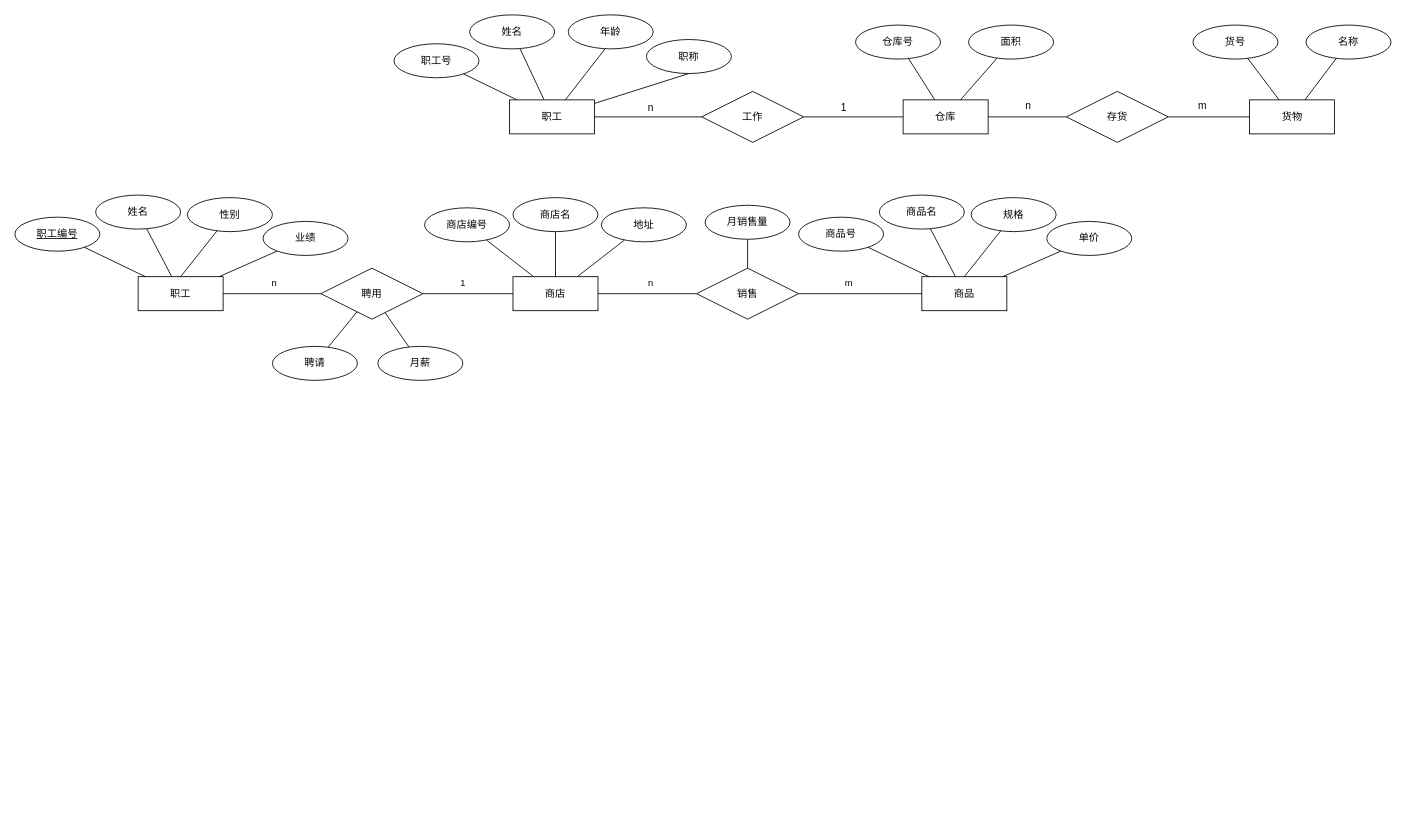
Above: 数据原理.drawio in Wishlove09/drawio (draw.io), before the change. Source tidied: cells renumbered, new cells numbered last; positions are measured from the earlier drawing's top-left corner, leaving out a move shared by most shapes. Both pictures are drawn from the tidied source at 85%, with x=0, y=0 at pixel (14, 14).
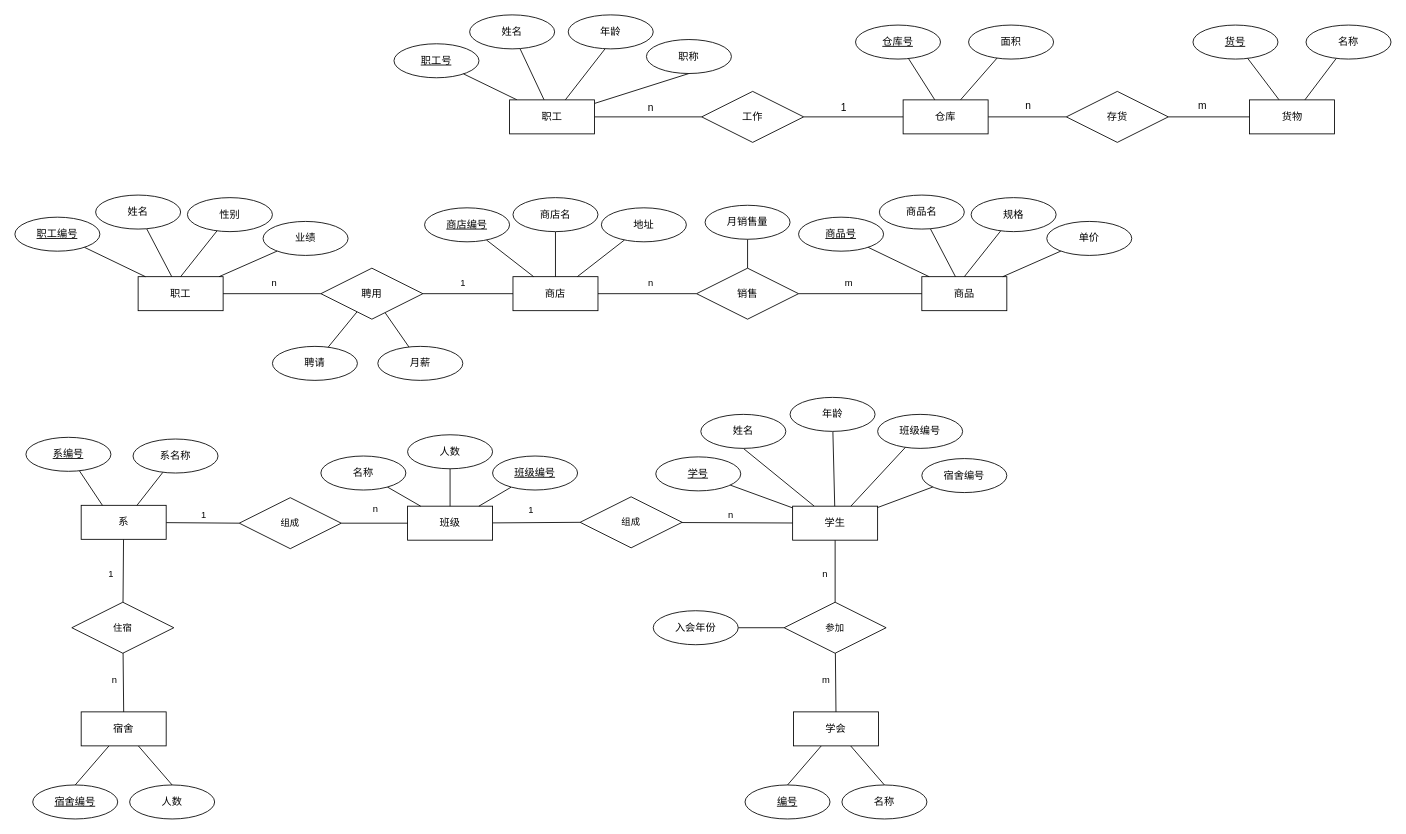
The same page after the edit.

Commit message (it also covers changes not shown here):
更新数据原理.drawio

Change to the diagram source:
```diff
@@
-    <mxCell id="2" value="仓库号" style="ellipse;whiteSpace=wrap;html=1;align=center;" parent="1" vertex="1">
+    <mxCell id="2" value="仓库号" style="ellipse;whiteSpace=wrap;html=1;align=center;fontStyle=4;" parent="1" vertex="1">
       <mxGeometry x="989" y="12" width="100" height="40" as="geometry" />
     </mxCell>
@@
-    <mxCell id="8" value="货号" style="ellipse;whiteSpace=wrap;html=1;align=center;" parent="1" vertex="1">
+    <mxCell id="8" value="货号" style="ellipse;whiteSpace=wrap;html=1;align=center;fontStyle=4;" parent="1" vertex="1">
       <mxGeometry x="1386" y="12" width="100" height="40" as="geometry" />
     </mxCell>
@@
-    <mxCell id="17" value="职工号" style="ellipse;whiteSpace=wrap;html=1;align=center;" parent="1" vertex="1">
+    <mxCell id="17" value="职工号" style="ellipse;whiteSpace=wrap;html=1;align=center;fontStyle=4;" parent="1" vertex="1">
       <mxGeometry x="446" y="34" width="100" height="40" as="geometry" />
     </mxCell>
@@
-    <mxCell id="35" value="商店编号" style="ellipse;whiteSpace=wrap;html=1;align=center;" parent="1" vertex="1">
+    <mxCell id="35" value="商店编号" style="ellipse;whiteSpace=wrap;html=1;align=center;fontStyle=4;" parent="1" vertex="1">
       <mxGeometry x="482" y="227" width="100" height="40" as="geometry" />
     </mxCell>
@@
-    <mxCell id="42" value="商品号" style="ellipse;whiteSpace=wrap;html=1;align=center;" parent="1" vertex="1">
+    <mxCell id="42" value="商品号" style="ellipse;whiteSpace=wrap;html=1;align=center;fontStyle=4;" parent="1" vertex="1">
       <mxGeometry x="922" y="238" width="100" height="40" as="geometry" />
     </mxCell>
@@
+    <mxCell id="72" style="edgeStyle=none;shape=connector;rounded=0;jettySize=auto;html=1;entryX=0;entryY=0.5;entryDx=0;entryDy=0;labelBackgroundColor=default;strokeColor=default;fontFamily=Helvetica;fontSize=11;fontColor=default;endArrow=none;endFill=0;" parent="1" edge="1" source="74" target="88">
+      <mxGeometry relative="1" as="geometry" />
+    </mxCell>
+    <mxCell id="73" style="edgeStyle=none;shape=connector;rounded=0;jettySize=auto;html=1;labelBackgroundColor=default;strokeColor=default;fontFamily=Helvetica;fontSize=11;fontColor=default;endArrow=none;endFill=0;" parent="1" edge="1" source="74" target="124">
+      <mxGeometry relative="1" as="geometry" />
+    </mxCell>
+    <mxCell id="74" value="系" style="whiteSpace=wrap;html=1;align=center;" parent="1" vertex="1">
+      <mxGeometry x="78" y="577" width="100" height="40" as="geometry" />
+    </mxCell>
+    <mxCell id="75" style="edgeStyle=none;shape=connector;rounded=0;jettySize=auto;html=1;entryX=0.5;entryY=1;entryDx=0;entryDy=0;labelBackgroundColor=default;strokeColor=default;fontFamily=Helvetica;fontSize=11;fontColor=default;endArrow=none;endFill=0;" parent="1" edge="1" source="77" target="105">
+      <mxGeometry relative="1" as="geometry" />
+    </mxCell>
+    <mxCell id="76" style="edgeStyle=none;shape=connector;rounded=0;jettySize=auto;html=1;labelBackgroundColor=default;strokeColor=default;fontFamily=Helvetica;fontSize=11;fontColor=default;endArrow=none;endFill=0;" parent="1" edge="1" source="77" target="115">
+      <mxGeometry relative="1" as="geometry" />
+    </mxCell>
+    <mxCell id="77" value="学生" style="whiteSpace=wrap;html=1;align=center;" parent="1" vertex="1">
+      <mxGeometry x="915" y="578" width="100" height="40" as="geometry" />
+    </mxCell>
+    <mxCell id="78" style="edgeStyle=none;shape=connector;rounded=0;jettySize=auto;html=1;labelBackgroundColor=default;strokeColor=default;fontFamily=Helvetica;fontSize=11;fontColor=default;endArrow=none;endFill=0;entryX=0;entryY=0.5;entryDx=0;entryDy=0;" parent="1" edge="1" source="79" target="91">
+      <mxGeometry relative="1" as="geometry" />
+    </mxCell>
+    <mxCell id="79" value="班级" style="whiteSpace=wrap;html=1;align=center;" parent="1" vertex="1">
+      <mxGeometry x="462" y="578" width="100" height="40" as="geometry" />
+    </mxCell>
+    <mxCell id="80" style="edgeStyle=none;shape=connector;rounded=0;jettySize=auto;html=1;entryX=0.5;entryY=0;entryDx=0;entryDy=0;labelBackgroundColor=default;strokeColor=default;fontFamily=Helvetica;fontSize=11;fontColor=default;endArrow=none;endFill=0;" parent="1" edge="1" source="82" target="113">
+      <mxGeometry relative="1" as="geometry" />
+    </mxCell>
+    <mxCell id="81" style="edgeStyle=none;shape=connector;rounded=0;jettySize=auto;html=1;entryX=0.5;entryY=0;entryDx=0;entryDy=0;labelBackgroundColor=default;strokeColor=default;fontFamily=Helvetica;fontSize=11;fontColor=default;endArrow=none;endFill=0;" parent="1" edge="1" source="82" target="112">
+      <mxGeometry relative="1" as="geometry" />
+    </mxCell>
+    <mxCell id="82" value="学会" style="whiteSpace=wrap;html=1;align=center;" parent="1" vertex="1">
+      <mxGeometry x="916" y="820" width="100" height="40" as="geometry" />
+    </mxCell>
+    <mxCell id="83" style="edgeStyle=none;shape=connector;rounded=0;jettySize=auto;html=1;entryX=0.25;entryY=0;entryDx=0;entryDy=0;labelBackgroundColor=default;strokeColor=default;fontFamily=Helvetica;fontSize=11;fontColor=default;endArrow=none;endFill=0;" parent="1" edge="1" source="84" target="74">
+      <mxGeometry relative="1" as="geometry" />
+    </mxCell>
+    <mxCell id="84" value="系编号" style="ellipse;whiteSpace=wrap;html=1;align=center;fontStyle=4;" parent="1" vertex="1">
+      <mxGeometry x="13" y="497" width="100" height="40" as="geometry" />
+    </mxCell>
+    <mxCell id="85" style="edgeStyle=none;shape=connector;rounded=0;jettySize=auto;html=1;labelBackgroundColor=default;strokeColor=default;fontFamily=Helvetica;fontSize=11;fontColor=default;endArrow=none;endFill=0;" parent="1" edge="1" source="86" target="74">
+      <mxGeometry relative="1" as="geometry" />
+    </mxCell>
+    <mxCell id="86" value="系名称" style="ellipse;whiteSpace=wrap;html=1;align=center;" parent="1" vertex="1">
+      <mxGeometry x="139" y="499" width="100" height="40" as="geometry" />
+    </mxCell>
+    <mxCell id="87" style="edgeStyle=none;shape=connector;rounded=0;jettySize=auto;html=1;labelBackgroundColor=default;strokeColor=default;fontFamily=Helvetica;fontSize=11;fontColor=default;endArrow=none;endFill=0;" parent="1" edge="1" source="88" target="79">
+      <mxGeometry relative="1" as="geometry" />
+    </mxCell>
+    <mxCell id="88" value="组成" style="shape=rhombus;perimeter=rhombusPerimeter;whiteSpace=wrap;html=1;align=center;fontFamily=Helvetica;fontSize=11;fontColor=default;" parent="1" vertex="1">
+      <mxGeometry x="264" y="568" width="120" height="60" as="geometry" />
+    </mxCell>
+    <mxCell id="89" style="edgeStyle=none;shape=connector;rounded=0;orthogonalLoop=1;jettySize=auto;html=1;exitX=0.25;exitY=0;exitDx=0;exitDy=0;labelBackgroundColor=default;strokeColor=default;fontFamily=Helvetica;fontSize=11;fontColor=default;endArrow=none;endFill=0;" parent="1" edge="1" source="77" target="77">
+      <mxGeometry relative="1" as="geometry" />
+    </mxCell>
+    <mxCell id="90" style="edgeStyle=none;shape=connector;rounded=0;jettySize=auto;html=1;labelBackgroundColor=default;strokeColor=default;fontFamily=Helvetica;fontSize=11;fontColor=default;endArrow=none;endFill=0;" parent="1" edge="1" source="91" target="77">
+      <mxGeometry relative="1" as="geometry" />
+    </mxCell>
+    <mxCell id="91" value="组成" style="shape=rhombus;perimeter=rhombusPerimeter;whiteSpace=wrap;html=1;align=center;fontFamily=Helvetica;fontSize=11;fontColor=default;" parent="1" vertex="1">
+      <mxGeometry x="665" y="567" width="120" height="60" as="geometry" />
+    </mxCell>
+    <mxCell id="92" value="1" style="text;html=1;align=center;verticalAlign=middle;strokeColor=none;fillColor=none;fontSize=11;fontFamily=Helvetica;fontColor=default;" parent="1" vertex="1">
+      <mxGeometry x="209" y="575" width="25" height="26" as="geometry" />
+    </mxCell>
+    <mxCell id="93" value="n" style="text;html=1;align=center;verticalAlign=middle;strokeColor=none;fillColor=none;fontSize=11;fontFamily=Helvetica;fontColor=default;" parent="1" vertex="1">
+      <mxGeometry x="411" y="568" width="25" height="26" as="geometry" />
+    </mxCell>
+    <mxCell id="94" style="edgeStyle=none;shape=connector;rounded=0;jettySize=auto;html=1;labelBackgroundColor=default;strokeColor=default;fontFamily=Helvetica;fontSize=11;fontColor=default;endArrow=none;endFill=0;" parent="1" edge="1" source="95" target="79">
+      <mxGeometry relative="1" as="geometry" />
+    </mxCell>
+    <mxCell id="95" value="名称" style="ellipse;whiteSpace=wrap;html=1;align=center;" parent="1" vertex="1">
+      <mxGeometry x="360" y="519" width="100" height="40" as="geometry" />
+    </mxCell>
+    <mxCell id="96" style="edgeStyle=none;shape=connector;rounded=0;jettySize=auto;html=1;labelBackgroundColor=default;strokeColor=default;fontFamily=Helvetica;fontSize=11;fontColor=default;endArrow=none;endFill=0;" parent="1" edge="1" source="97" target="79">
+      <mxGeometry relative="1" as="geometry" />
+    </mxCell>
+    <mxCell id="97" value="人数" style="ellipse;whiteSpace=wrap;html=1;align=center;" parent="1" vertex="1">
+      <mxGeometry x="462" y="494" width="100" height="40" as="geometry" />
+    </mxCell>
+    <mxCell id="98" style="edgeStyle=none;shape=connector;rounded=0;jettySize=auto;html=1;labelBackgroundColor=default;strokeColor=default;fontFamily=Helvetica;fontSize=11;fontColor=default;endArrow=none;endFill=0;" parent="1" edge="1" source="99" target="79">
+      <mxGeometry relative="1" as="geometry" />
+    </mxCell>
+    <mxCell id="99" value="班级编号" style="ellipse;whiteSpace=wrap;html=1;align=center;fontStyle=4;" parent="1" vertex="1">
+      <mxGeometry x="562" y="519" width="100" height="40" as="geometry" />
+    </mxCell>
+    <mxCell id="100" style="edgeStyle=none;shape=connector;rounded=0;orthogonalLoop=1;jettySize=auto;html=1;exitX=0.5;exitY=0;exitDx=0;exitDy=0;labelBackgroundColor=default;strokeColor=default;fontFamily=Helvetica;fontSize=11;fontColor=default;endArrow=none;endFill=0;" parent="1" edge="1" source="95" target="95">
+      <mxGeometry relative="1" as="geometry" />
+    </mxCell>
+    <mxCell id="101" value="1" style="text;html=1;align=center;verticalAlign=middle;strokeColor=none;fillColor=none;fontSize=11;fontFamily=Helvetica;fontColor=default;" parent="1" vertex="1">
+      <mxGeometry x="594" y="570" width="25" height="26" as="geometry" />
+    </mxCell>
+    <mxCell id="102" value="n" style="text;html=1;align=center;verticalAlign=middle;strokeColor=none;fillColor=none;fontSize=11;fontFamily=Helvetica;fontColor=default;" parent="1" vertex="1">
+      <mxGeometry x="829" y="575" width="25" height="26" as="geometry" />
+    </mxCell>
+    <mxCell id="103" style="edgeStyle=none;shape=connector;rounded=0;jettySize=auto;html=1;labelBackgroundColor=default;strokeColor=default;fontFamily=Helvetica;fontSize=11;fontColor=default;endArrow=none;endFill=0;" parent="1" edge="1" source="104" target="77">
+      <mxGeometry relative="1" as="geometry" />
+    </mxCell>
+    <mxCell id="104" value="学号" style="ellipse;whiteSpace=wrap;html=1;align=center;fontStyle=4;" parent="1" vertex="1">
+      <mxGeometry x="754" y="520" width="100" height="40" as="geometry" />
+    </mxCell>
+    <mxCell id="105" value="姓名" style="ellipse;whiteSpace=wrap;html=1;align=center;" parent="1" vertex="1">
+      <mxGeometry x="807" y="470" width="100" height="40" as="geometry" />
+    </mxCell>
+    <mxCell id="106" style="edgeStyle=none;shape=connector;rounded=0;jettySize=auto;html=1;labelBackgroundColor=default;strokeColor=default;fontFamily=Helvetica;fontSize=11;fontColor=default;endArrow=none;endFill=0;" parent="1" edge="1" source="107" target="77">
+      <mxGeometry relative="1" as="geometry" />
+    </mxCell>
+    <mxCell id="107" value="班级编号" style="ellipse;whiteSpace=wrap;html=1;align=center;" parent="1" vertex="1">
+      <mxGeometry x="1015" y="470" width="100" height="40" as="geometry" />
+    </mxCell>
+    <mxCell id="108" style="edgeStyle=none;shape=connector;rounded=0;jettySize=auto;html=1;labelBackgroundColor=default;strokeColor=default;fontFamily=Helvetica;fontSize=11;fontColor=default;endArrow=none;endFill=0;" parent="1" edge="1" source="109" target="77">
+      <mxGeometry relative="1" as="geometry" />
+    </mxCell>
+    <mxCell id="109" value="年龄" style="ellipse;whiteSpace=wrap;html=1;align=center;" parent="1" vertex="1">
+      <mxGeometry x="912" y="450" width="100" height="40" as="geometry" />
+    </mxCell>
+    <mxCell id="110" style="edgeStyle=none;shape=connector;rounded=0;jettySize=auto;html=1;labelBackgroundColor=default;strokeColor=default;fontFamily=Helvetica;fontSize=11;fontColor=default;endArrow=none;endFill=0;" parent="1" edge="1" source="111" target="77">
+      <mxGeometry relative="1" as="geometry" />
+    </mxCell>
+    <mxCell id="111" value="宿舍编号" style="ellipse;whiteSpace=wrap;html=1;align=center;" parent="1" vertex="1">
+      <mxGeometry x="1067" y="522" width="100" height="40" as="geometry" />
+    </mxCell>
+    <mxCell id="112" value="编号" style="ellipse;whiteSpace=wrap;html=1;align=center;fontStyle=4;" parent="1" vertex="1">
+      <mxGeometry x="859" y="906" width="100" height="40" as="geometry" />
+    </mxCell>
+    <mxCell id="113" value="名称" style="ellipse;whiteSpace=wrap;html=1;align=center;" parent="1" vertex="1">
+      <mxGeometry x="973" y="906" width="100" height="40" as="geometry" />
+    </mxCell>
+    <mxCell id="114" style="edgeStyle=none;shape=connector;rounded=0;jettySize=auto;html=1;entryX=0.5;entryY=0;entryDx=0;entryDy=0;labelBackgroundColor=default;strokeColor=default;fontFamily=Helvetica;fontSize=11;fontColor=default;endArrow=none;endFill=0;" parent="1" edge="1" source="115" target="82">
+      <mxGeometry relative="1" as="geometry" />
+    </mxCell>
+    <mxCell id="115" value="参加" style="shape=rhombus;perimeter=rhombusPerimeter;whiteSpace=wrap;html=1;align=center;fontFamily=Helvetica;fontSize=11;fontColor=default;" parent="1" vertex="1">
+      <mxGeometry x="905" y="691" width="120" height="60" as="geometry" />
+    </mxCell>
+    <mxCell id="116" value="n" style="text;html=1;align=center;verticalAlign=middle;strokeColor=none;fillColor=none;fontSize=11;fontFamily=Helvetica;fontColor=default;" parent="1" vertex="1">
+      <mxGeometry x="940" y="645" width="25" height="26" as="geometry" />
+    </mxCell>
+    <mxCell id="117" value="m" style="text;html=1;align=center;verticalAlign=middle;strokeColor=none;fillColor=none;fontSize=11;fontFamily=Helvetica;fontColor=default;" parent="1" vertex="1">
+      <mxGeometry x="940" y="769" width="28" height="26" as="geometry" />
+    </mxCell>
+    <mxCell id="118" style="edgeStyle=none;shape=connector;rounded=0;jettySize=auto;html=1;entryX=0.5;entryY=0;entryDx=0;entryDy=0;labelBackgroundColor=default;strokeColor=default;fontFamily=Helvetica;fontSize=11;fontColor=default;endArrow=none;endFill=0;" parent="1" edge="1" source="120" target="122">
+      <mxGeometry relative="1" as="geometry" />
+    </mxCell>
+    <mxCell id="119" style="edgeStyle=none;shape=connector;rounded=0;jettySize=auto;html=1;entryX=0.5;entryY=0;entryDx=0;entryDy=0;labelBackgroundColor=default;strokeColor=default;fontFamily=Helvetica;fontSize=11;fontColor=default;endArrow=none;endFill=0;" parent="1" edge="1" source="120" target="121">
+      <mxGeometry relative="1" as="geometry" />
+    </mxCell>
+    <mxCell id="120" value="宿舍" style="whiteSpace=wrap;html=1;align=center;" parent="1" vertex="1">
+      <mxGeometry x="78" y="820" width="100" height="40" as="geometry" />
+    </mxCell>
+    <mxCell id="121" value="宿舍编号" style="ellipse;whiteSpace=wrap;html=1;align=center;fontStyle=4;" parent="1" vertex="1">
+      <mxGeometry x="21" y="906" width="100" height="40" as="geometry" />
+    </mxCell>
+    <mxCell id="122" value="人数" style="ellipse;whiteSpace=wrap;html=1;align=center;fontStyle=0;" parent="1" vertex="1">
+      <mxGeometry x="135" y="906" width="100" height="40" as="geometry" />
+    </mxCell>
+    <mxCell id="123" style="edgeStyle=none;shape=connector;rounded=0;jettySize=auto;html=1;entryX=0.5;entryY=0;entryDx=0;entryDy=0;labelBackgroundColor=default;strokeColor=default;fontFamily=Helvetica;fontSize=11;fontColor=default;endArrow=none;endFill=0;" parent="1" edge="1" source="124" target="120">
+      <mxGeometry relative="1" as="geometry" />
+    </mxCell>
+    <mxCell id="124" value="住宿" style="shape=rhombus;perimeter=rhombusPerimeter;whiteSpace=wrap;html=1;align=center;fontFamily=Helvetica;fontSize=11;fontColor=default;" parent="1" vertex="1">
+      <mxGeometry x="67" y="691" width="120" height="60" as="geometry" />
+    </mxCell>
+    <mxCell id="125" value="n" style="text;html=1;align=center;verticalAlign=middle;strokeColor=none;fillColor=none;fontSize=11;fontFamily=Helvetica;fontColor=default;" parent="1" vertex="1">
+      <mxGeometry x="104" y="769" width="25" height="26" as="geometry" />
+    </mxCell>
+    <mxCell id="126" value="1" style="text;html=1;align=center;verticalAlign=middle;strokeColor=none;fillColor=none;fontSize=11;fontFamily=Helvetica;fontColor=default;" parent="1" vertex="1">
+      <mxGeometry x="100" y="645" width="25" height="26" as="geometry" />
+    </mxCell>
+    <mxCell id="127" style="edgeStyle=none;shape=connector;rounded=0;jettySize=auto;html=1;entryX=0;entryY=0.5;entryDx=0;entryDy=0;labelBackgroundColor=default;strokeColor=default;fontFamily=Helvetica;fontSize=11;fontColor=default;endArrow=none;endFill=0;" parent="1" edge="1" source="128" target="115">
+      <mxGeometry relative="1" as="geometry" />
+    </mxCell>
+    <mxCell id="128" value="入会年份" style="ellipse;whiteSpace=wrap;html=1;align=center;" parent="1" vertex="1">
+      <mxGeometry x="751" y="701" width="100" height="40" as="geometry" />
+    </mxCell>
```
